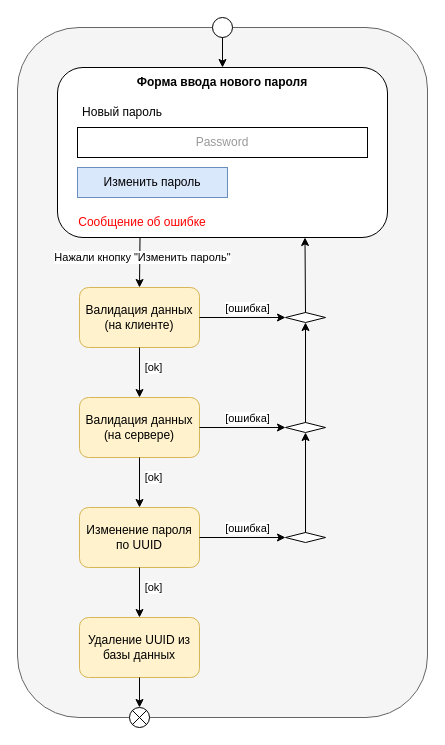
This is task2/raw/new_password.drawio from aVorotnikov/micro_design, a draw.io file, before an edit. Source tidied: cells renumbered, new cells numbered last; positions are measured from the earlier drawing's top-left corner, leaving out a move shared by most shapes. Both pictures are drawn from the tidied source at 100%, with x=0, y=0 at pixel (17, 17).
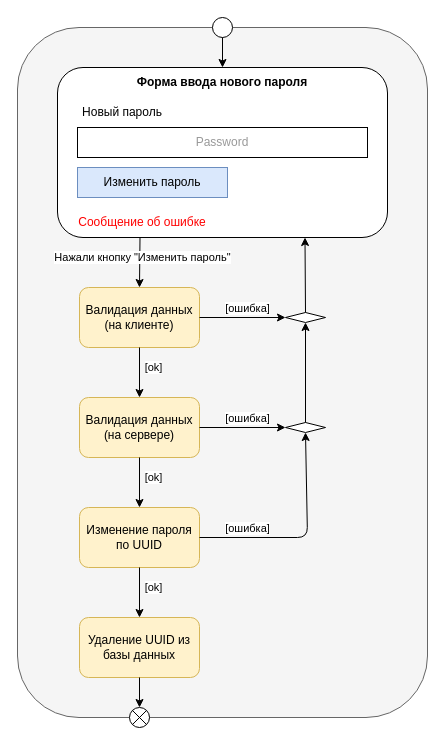
Above is the later version.

The change refers to these unchanged cells:
```xml
<mxCell id="19" style="rhombus;whiteSpace=wrap;html=1;" parent="1" vertex="1">
  <mxGeometry x="268" y="405" width="40" height="10" as="geometry" />
</mxCell>
<mxCell id="25" value="Изменение пароля по UUID" style="rounded=1;whiteSpace=wrap;html=1;fillColor=#fff2cc;strokeColor=#d6b656;" parent="1" vertex="1">
  <mxGeometry x="62" y="490" width="120" height="60" as="geometry" />
</mxCell>
```

Diff of the diagram source:
```diff
@@
-    <mxCell id="26" style="rhombus;whiteSpace=wrap;html=1;" parent="1" vertex="1">
-      <mxGeometry x="268" y="515" width="40" height="10" as="geometry" />
-    </mxCell>
@@
-    <mxCell id="29" style="endArrow=classic;html=1;rounded=1;exitX=0.5;exitY=0;exitDx=0;exitDy=0;entryX=0.5;entryY=1;entryDx=0;entryDy=0;curved=0;" parent="1" edge="1" source="26">
-      <mxGeometry relative="1" as="geometry">
-        <mxPoint x="288" y="415" as="targetPoint" />
-      </mxGeometry>
-    </mxCell>
-    <mxCell id="30" style="endArrow=classic;html=1;rounded=1;exitX=1;exitY=0.5;exitDx=0;exitDy=0;entryX=0;entryY=0.5;entryDx=0;entryDy=0;curved=0;" parent="1" edge="1" source="25" target="26">
-      <mxGeometry relative="1" as="geometry" />
+    <mxCell id="30" style="endArrow=classic;html=1;rounded=1;exitX=1;exitY=0.5;exitDx=0;exitDy=0;entryX=0.5;entryY=1;entryDx=0;entryDy=0;curved=0;" parent="1" edge="1" source="25" target="19">
+      <mxGeometry relative="1" as="geometry">
+        <Array as="points">
+          <mxPoint x="290" y="520" />
+        </Array>
+      </mxGeometry>
     </mxCell>
     <mxCell id="31" value="[ошибка]" style="edgeLabel;html=1;align=center;verticalAlign=middle;" parent="30" vertex="1">
       <mxGeometry x="0.09" y="2" relative="1" as="geometry">
-        <mxPoint y="-8" as="offset" />
+        <mxPoint x="-58" y="-2" as="offset" />
       </mxGeometry>
     </mxCell>
```
